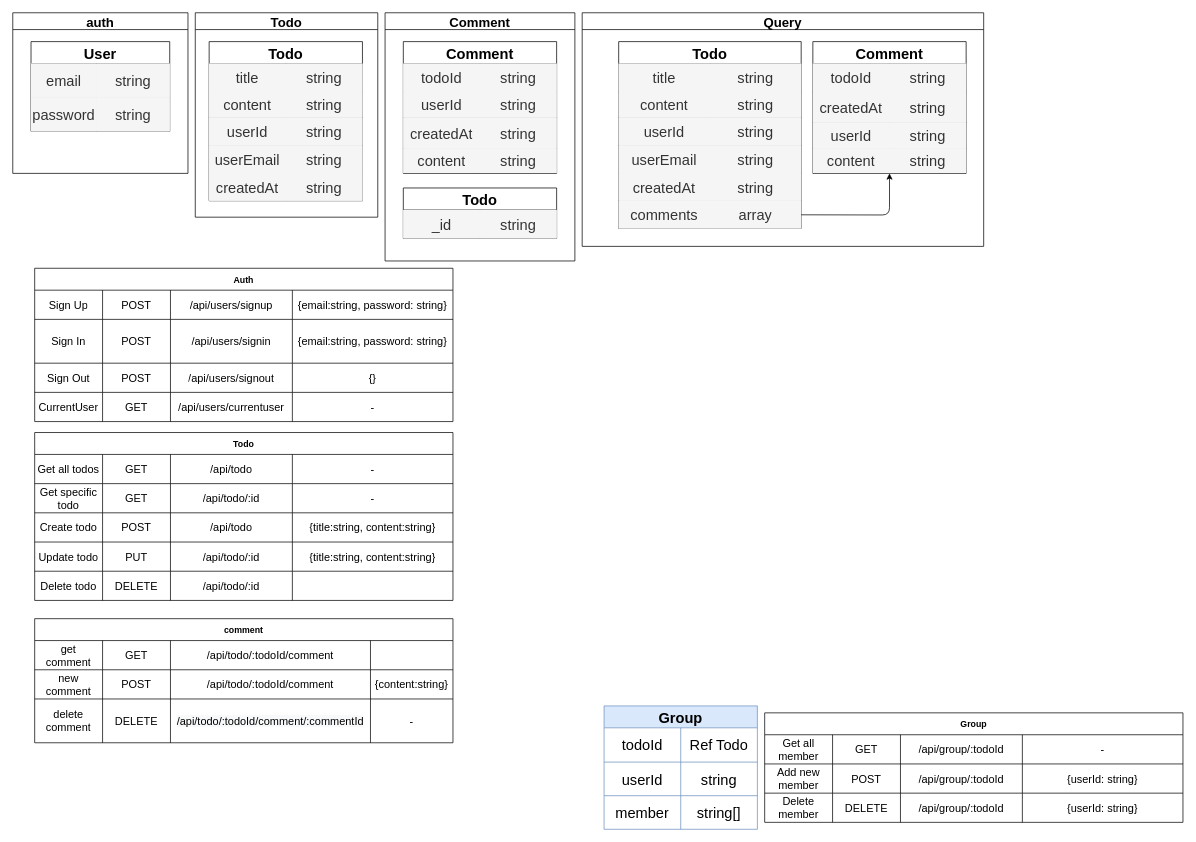
Earlier version of the draw.io diagram page "第2頁" (2 of 3) of Untitled Diagram.drawio (fan0223/TaskTracker). Source tidied: cells renumbered, new cells numbered last; positions are measured from the earlier drawing's top-left corner, leaving out a move shared by most shapes. Both pictures are drawn from the tidied source at 73%, with x=0, y=0 at pixel (12, 12).
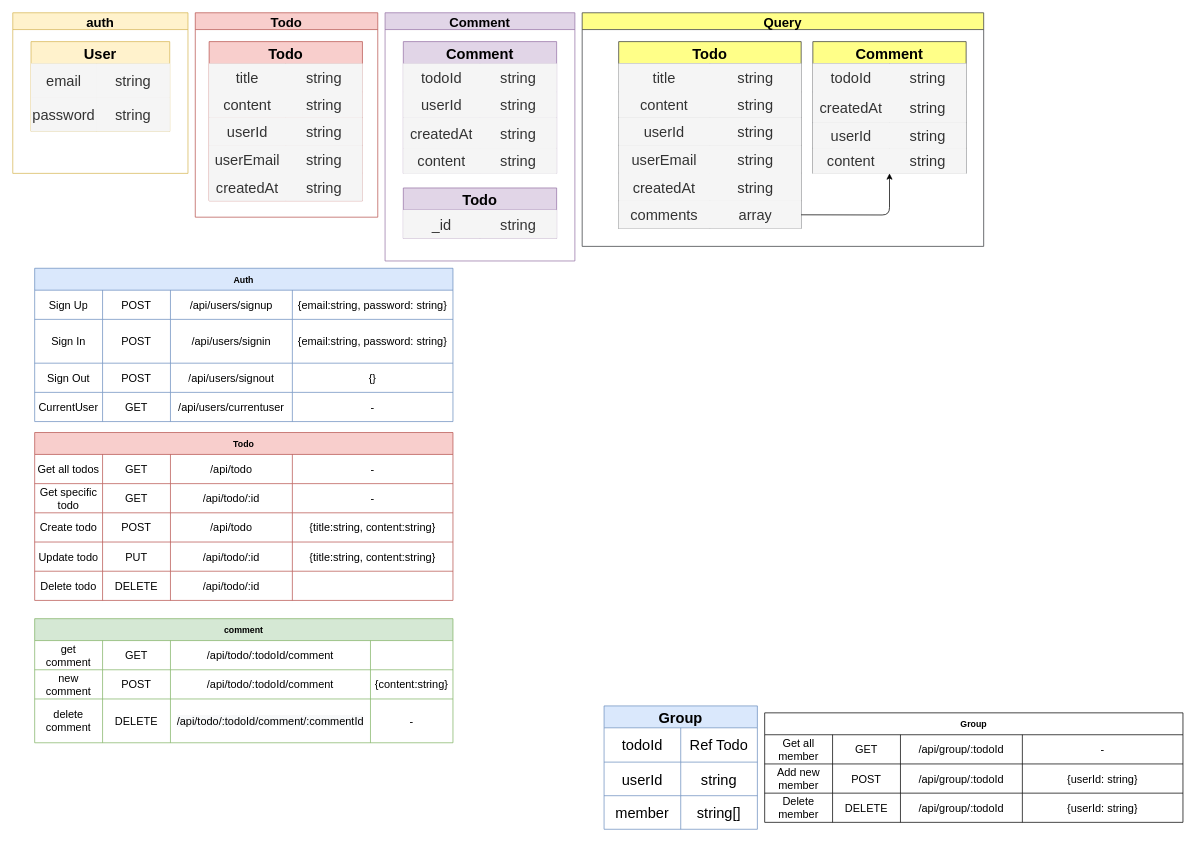
After the change.

What changed in the source:
```diff
@@
-    <mxCell id="12" value="Auth" style="shape=table;startSize=30;childLayout=tableLayout;fontStyle=1;align=center;" parent="1" vertex="1">
+    <mxCell id="12" value="Auth" style="shape=table;startSize=30;childLayout=tableLayout;fontStyle=1;align=center;fillColor=#dae8fc;strokeColor=#6c8ebf;" parent="1" vertex="1">
       <mxGeometry x="30" y="350" width="573" height="210" as="geometry" />
     </mxCell>
@@
-    <mxCell id="33" value="Todo" style="shape=table;startSize=30;childLayout=tableLayout;fontStyle=1;align=center;" parent="1" vertex="1">
+    <mxCell id="33" value="Todo" style="shape=table;startSize=30;childLayout=tableLayout;fontStyle=1;align=center;fillColor=#f8cecc;strokeColor=#b85450;" parent="1" vertex="1">
       <mxGeometry x="30" y="575" width="573" height="230" as="geometry" />
     </mxCell>
@@
-    <mxCell id="75" value="auth" style="swimlane;shadow=0;fontSize=18;fillColor=default;gradientColor=#ffffff;" parent="1" vertex="1">
+    <mxCell id="75" value="auth" style="swimlane;shadow=0;fontSize=18;fillColor=#fff2cc;strokeColor=#d6b656;" parent="1" vertex="1">
       <mxGeometry width="240" height="220" as="geometry" />
     </mxCell>
-    <mxCell id="76" value="User" style="shape=table;startSize=30;childLayout=tableLayout;fontStyle=1;align=center;rounded=0;shadow=0;sketch=0;fontSize=20;swimlaneFillColor=none;labelBackgroundColor=none;labelBorderColor=none;" parent="75" vertex="1">
+    <mxCell id="76" value="User" style="shape=table;startSize=30;childLayout=tableLayout;fontStyle=1;align=center;rounded=0;shadow=0;sketch=0;fontSize=20;swimlaneFillColor=none;labelBackgroundColor=none;labelBorderColor=none;fillColor=#fff2cc;strokeColor=#d6b656;" parent="75" vertex="1">
       <mxGeometry x="25" y="39.5" width="190" height="123" as="geometry" />
     </mxCell>
@@
-    <mxCell id="83" value="Comment" style="swimlane;shadow=0;fontSize=18;fillColor=default;gradientColor=#ffffff;" parent="1" vertex="1">
+    <mxCell id="83" value="Comment" style="swimlane;shadow=0;fontSize=18;fillColor=#e1d5e7;strokeColor=#9673a6;" parent="1" vertex="1">
       <mxGeometry x="510" width="260" height="340" as="geometry" />
     </mxCell>
-    <mxCell id="84" value="Comment" style="shape=table;startSize=30;childLayout=tableLayout;fontStyle=1;align=center;rounded=0;shadow=0;sketch=0;fontSize=20;swimlaneFillColor=none;labelBackgroundColor=none;labelBorderColor=none;fillColor=default;fontColor=default;strokeColor=default;" parent="83" vertex="1">
+    <mxCell id="84" value="Comment" style="shape=table;startSize=30;childLayout=tableLayout;fontStyle=1;align=center;rounded=0;shadow=0;sketch=0;fontSize=20;swimlaneFillColor=none;labelBackgroundColor=none;labelBorderColor=none;fillColor=#e1d5e7;strokeColor=#9673a6;" parent="83" vertex="1">
       <mxGeometry x="25" y="39.5" width="210" height="180.5" as="geometry" />
     </mxCell>
@@
     <mxCell id="94" style="shape=partialRectangle;whiteSpace=wrap;top=0;left=0;bottom=0;right=0;rounded=0;shadow=0;sketch=0;fontSize=12;labelBackgroundColor=none;labelBorderColor=none;fillColor=#f5f5f5;fontColor=#333333;strokeColor=#666666;" parent="84" vertex="1">
-      <mxGeometry y="146" width="210" height="34" as="geometry" />
+      <mxGeometry y="146" width="210" height="35" as="geometry" />
     </mxCell>
     <mxCell id="95" value="content" style="shape=partialRectangle;whiteSpace=wrap;top=0;left=0;bottom=0;right=0;overflow=hidden;rounded=0;shadow=0;sketch=0;fontSize=20;labelBackgroundColor=none;labelBorderColor=none;fillColor=#f5f5f5;fontColor=#333333;strokeColor=#666666;" parent="94" vertex="1">
-      <mxGeometry width="105" height="34" as="geometry" />
+      <mxGeometry width="105" height="35" as="geometry" />
     </mxCell>
     <mxCell id="96" value="string" style="shape=partialRectangle;whiteSpace=wrap;top=0;left=0;bottom=0;right=0;overflow=hidden;rounded=0;shadow=0;sketch=0;fontSize=20;labelBackgroundColor=none;labelBorderColor=none;fillColor=#f5f5f5;fontColor=#333333;strokeColor=#666666;" parent="94" vertex="1">
-      <mxGeometry x="105" width="105" height="34" as="geometry" />
+      <mxGeometry x="105" width="105" height="35" as="geometry" />
     </mxCell>
-    <mxCell id="97" value="Todo" style="shape=table;startSize=30;childLayout=tableLayout;fontStyle=1;align=center;rounded=0;shadow=0;sketch=0;fontSize=20;swimlaneFillColor=none;labelBackgroundColor=none;labelBorderColor=none;fillColor=default;fontColor=default;strokeColor=default;" parent="83" vertex="1">
+    <mxCell id="97" value="Todo" style="shape=table;startSize=30;childLayout=tableLayout;fontStyle=1;align=center;rounded=0;shadow=0;sketch=0;fontSize=20;swimlaneFillColor=none;labelBackgroundColor=none;labelBorderColor=none;fillColor=#e1d5e7;strokeColor=#9673a6;" parent="83" vertex="1">
       <mxGeometry x="25" y="240" width="210" height="69" as="geometry" />
     </mxCell>
@@
-    <mxCell id="101" value="Todo" style="swimlane;shadow=0;fontSize=18;fillColor=default;gradientColor=#ffffff;" parent="1" vertex="1">
+    <mxCell id="101" value="Todo" style="swimlane;shadow=0;fontSize=18;fillColor=#f8cecc;strokeColor=#b85450;" parent="1" vertex="1">
       <mxGeometry x="250" width="250" height="280" as="geometry" />
     </mxCell>
-    <mxCell id="102" value="Todo" style="shape=table;startSize=30;childLayout=tableLayout;fontStyle=1;align=center;rounded=0;shadow=0;sketch=0;fontSize=20;swimlaneFillColor=none;labelBackgroundColor=none;labelBorderColor=none;fillColor=default;fontColor=default;strokeColor=default;" parent="101" vertex="1">
+    <mxCell id="102" value="Todo" style="shape=table;startSize=30;childLayout=tableLayout;fontStyle=1;align=center;rounded=0;shadow=0;sketch=0;fontSize=20;swimlaneFillColor=none;labelBackgroundColor=none;labelBorderColor=none;fillColor=#f8cecc;strokeColor=#b85450;" parent="101" vertex="1">
       <mxGeometry x="19" y="39.5" width="210" height="218" as="geometry" />
     </mxCell>
@@
-    <mxCell id="118" value="Query" style="swimlane;shadow=0;fontSize=18;fillColor=default;gradientColor=#ffffff;" parent="1" vertex="1">
+    <mxCell id="118" value="Query" style="swimlane;shadow=0;fontSize=18;fillColor=#ffff88;strokeColor=#36393d;" parent="1" vertex="1">
       <mxGeometry x="780" width="550" height="320" as="geometry" />
     </mxCell>
-    <mxCell id="119" value="Todo" style="shape=table;startSize=30;childLayout=tableLayout;fontStyle=1;align=center;rounded=0;shadow=0;sketch=0;fontSize=20;swimlaneFillColor=none;labelBackgroundColor=none;labelBorderColor=none;fillColor=default;fontColor=default;strokeColor=default;" parent="118" vertex="1">
+    <mxCell id="119" value="Todo" style="shape=table;startSize=30;childLayout=tableLayout;fontStyle=1;align=center;rounded=0;shadow=0;sketch=0;fontSize=20;swimlaneFillColor=none;labelBackgroundColor=none;labelBorderColor=none;fillColor=#ffff88;strokeColor=#36393d;" parent="118" vertex="1">
       <mxGeometry x="50" y="39.5" width="250" height="256" as="geometry" />
     </mxCell>
@@
-    <mxCell id="138" value="Comment" style="shape=table;startSize=30;childLayout=tableLayout;fontStyle=1;align=center;rounded=0;shadow=0;sketch=0;fontSize=20;swimlaneFillColor=none;labelBackgroundColor=none;labelBorderColor=none;fillColor=default;fontColor=default;strokeColor=default;" parent="118" vertex="1">
+    <mxCell id="138" value="Comment" style="shape=table;startSize=30;childLayout=tableLayout;fontStyle=1;align=center;rounded=0;shadow=0;sketch=0;fontSize=20;swimlaneFillColor=none;labelBackgroundColor=none;labelBorderColor=none;fillColor=#ffff88;strokeColor=#36393d;" parent="118" vertex="1">
       <mxGeometry x="316" y="39.5" width="210" height="180.5" as="geometry" />
     </mxCell>
@@
     <mxCell id="148" style="shape=partialRectangle;whiteSpace=wrap;top=0;left=0;bottom=0;right=0;rounded=0;shadow=0;sketch=0;fontSize=12;labelBackgroundColor=none;labelBorderColor=none;fillColor=#f5f5f5;fontColor=#333333;strokeColor=#666666;" parent="138" vertex="1">
-      <mxGeometry y="146" width="210" height="34" as="geometry" />
+      <mxGeometry y="146" width="210" height="35" as="geometry" />
     </mxCell>
     <mxCell id="149" value="content" style="shape=partialRectangle;whiteSpace=wrap;top=0;left=0;bottom=0;right=0;overflow=hidden;rounded=0;shadow=0;sketch=0;fontSize=20;labelBackgroundColor=none;labelBorderColor=none;fillColor=#f5f5f5;fontColor=#333333;strokeColor=#666666;" parent="148" vertex="1">
-      <mxGeometry width="105" height="34" as="geometry" />
+      <mxGeometry width="105" height="35" as="geometry" />
     </mxCell>
     <mxCell id="150" value="string" style="shape=partialRectangle;whiteSpace=wrap;top=0;left=0;bottom=0;right=0;overflow=hidden;rounded=0;shadow=0;sketch=0;fontSize=20;labelBackgroundColor=none;labelBorderColor=none;fillColor=#f5f5f5;fontColor=#333333;strokeColor=#666666;" parent="148" vertex="1">
-      <mxGeometry x="105" width="105" height="34" as="geometry" />
+      <mxGeometry x="105" width="105" height="35" as="geometry" />
     </mxCell>
@@
-    <mxCell id="152" value="comment" style="shape=table;startSize=30;childLayout=tableLayout;fontStyle=1;align=center;" parent="1" vertex="1">
+    <mxCell id="152" value="comment" style="shape=table;startSize=30;childLayout=tableLayout;fontStyle=1;align=center;fillColor=#d5e8d4;strokeColor=#82b366;" parent="1" vertex="1">
       <mxGeometry x="30" y="830" width="573" height="170" as="geometry" />
     </mxCell>
```
